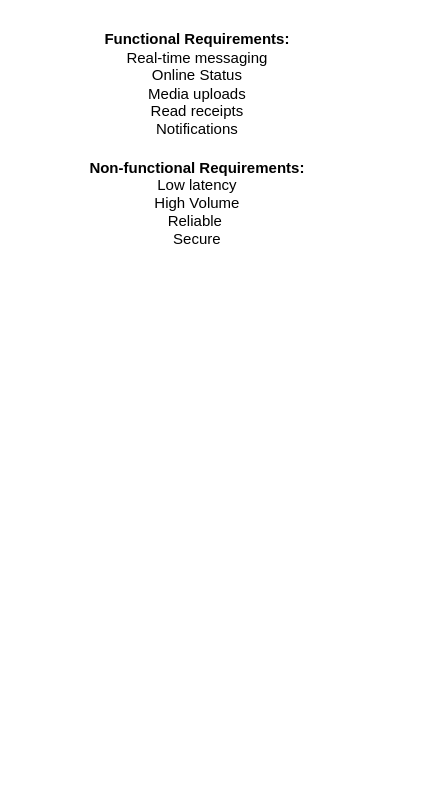
The draw.io diagram FacebookMessengerDesign.drawio in dohdat/leetcode-practice, before the edit. Source tidied: cells renumbered, new cells numbered last; positions are measured from the earlier drawing's top-left corner, leaving out a move shared by most shapes. Both pictures are drawn from the tidied source at 125%, with x=0, y=0 at pixel (71, 21).
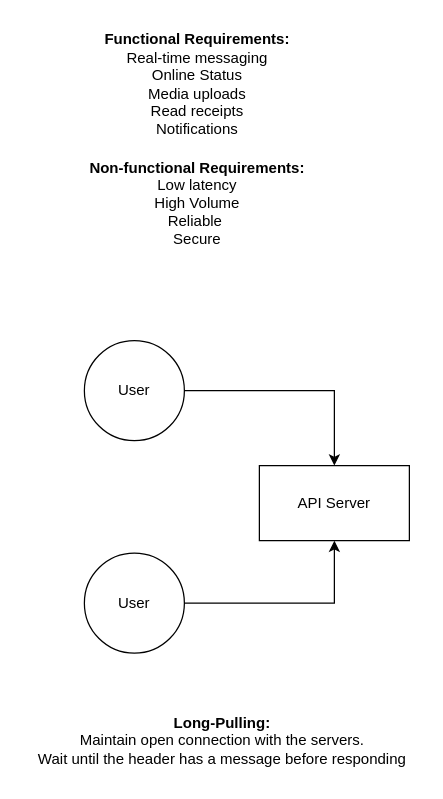
Above is the later version.

Change to the diagram source:
```diff
@@
 <mxGraphModel>
   <root>
     <mxCell id="0" />
     <mxCell id="1" parent="0" />
     <mxCell id="2" value="Functional Requirements:&lt;br&gt;&lt;span style=&quot;font-weight: normal;&quot;&gt;Real-time messaging&lt;br&gt;Online Status&lt;br&gt;Media uploads&lt;br&gt;Read receipts&lt;br&gt;Notifications&lt;/span&gt;" style="text;html=1;align=center;verticalAlign=middle;strokeColor=none;fillColor=none;fontStyle=1;" parent="1" vertex="1">
       <mxGeometry x="15" width="170" height="100" as="geometry" />
     </mxCell>
     <mxCell id="3" value="&lt;b&gt;Non-functional Requirements:&lt;/b&gt;&lt;br&gt;Low latency&lt;br&gt;High Volume&lt;br&gt;Reliable&amp;nbsp;&lt;br&gt;Secure" style="text;html=1;align=center;verticalAlign=middle;strokeColor=none;fillColor=none;" parent="1" vertex="1">
       <mxGeometry y="100" width="200" height="90" as="geometry" />
     </mxCell>
+    <mxCell id="4" style="edgeStyle=orthogonalEdgeStyle;rounded=0;jettySize=auto;html=1;entryX=0.5;entryY=0;entryDx=0;entryDy=0;" parent="1" edge="1" source="5" target="8">
+      <mxGeometry relative="1" as="geometry" />
+    </mxCell>
+    <mxCell id="5" value="User" style="ellipse;whiteSpace=wrap;html=1;" parent="1" vertex="1">
+      <mxGeometry x="10" y="255" width="80" height="80" as="geometry" />
+    </mxCell>
+    <mxCell id="6" style="edgeStyle=orthogonalEdgeStyle;rounded=0;jettySize=auto;html=1;entryX=0.5;entryY=1;entryDx=0;entryDy=0;" parent="1" edge="1" source="7" target="8">
+      <mxGeometry relative="1" as="geometry" />
+    </mxCell>
+    <mxCell id="7" value="User" style="ellipse;whiteSpace=wrap;html=1;" parent="1" vertex="1">
+      <mxGeometry x="10" y="425" width="80" height="80" as="geometry" />
+    </mxCell>
+    <mxCell id="8" value="API Server" style="whiteSpace=wrap;html=1;" parent="1" vertex="1">
+      <mxGeometry x="150" y="355" width="120" height="60" as="geometry" />
+    </mxCell>
+    <mxCell id="9" value="&lt;b&gt;Long-Pulling:&lt;/b&gt;&lt;br&gt;Maintain open connection with the servers. &lt;br&gt;Wait until the header has a message before responding" style="text;html=1;align=center;verticalAlign=middle;strokeColor=none;fillColor=none;" parent="1" vertex="1">
+      <mxGeometry x="-40" y="545" width="320" height="60" as="geometry" />
+    </mxCell>
   </root>
 </mxGraphModel>
```
